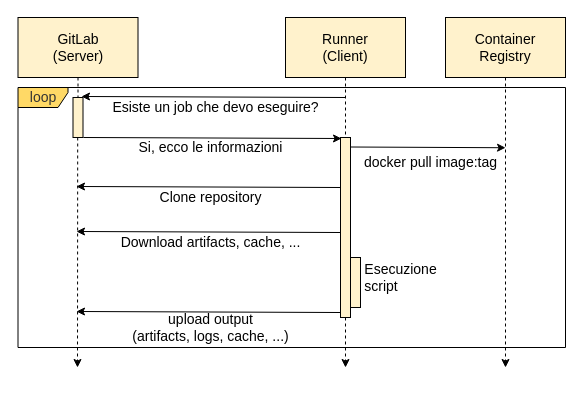
Earlier version of the draw.io diagram page "17-runner" (5 of 17) of tesi-2.drawio (paganellif/tesi-paganelli). Source tidied: cells renumbered, new cells numbered last; positions are measured from the earlier drawing's top-left corner, leaving out a move shared by most shapes. Both pictures are drawn from the tidied source at 100%, with x=0, y=0 at pixel (17, 17).
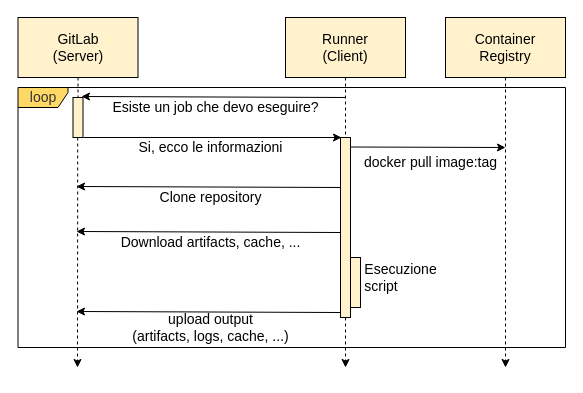
After the change.

The change refers to these unchanged cells:
```xml
<mxCell id="15" value="docker pull image:tag" style="text;html=1;align=center;verticalAlign=middle;points=[];strokeColor=none;fillColor=none;fontSize=14;" parent="1" vertex="1">
  <mxGeometry x="333" y="130" width="160" height="30" as="geometry" />
</mxCell>
```

Change to the diagram source:
```diff
@@
     <mxCell id="13" style="endArrow=none;html=1;rounded=0;strokeWidth=1;startArrow=classic;startFill=1;endFill=0;strokeColor=#000000;fontSize=14;" parent="1" edge="1">
       <mxGeometry relative="1" as="geometry">
-        <mxPoint x="324" y="121" as="sourcePoint" />
+        <mxPoint x="324" y="120" as="sourcePoint" />
         <mxPoint x="66" y="120" as="targetPoint" />
       </mxGeometry>
     </mxCell>
-    <mxCell id="14" style="endArrow=none;html=1;rounded=0;strokeWidth=1;startArrow=classic;startFill=1;endFill=0;fontSize=14;exitX=0.969;exitY=0.008;exitDx=0;exitDy=0;exitPerimeter=0;" parent="1" edge="1" source="15">
+    <mxCell id="14" style="endArrow=none;html=1;rounded=0;strokeWidth=1;startArrow=classic;startFill=1;endFill=0;fontSize=14;" parent="1" edge="1">
       <mxGeometry relative="1" as="geometry">
+        <mxPoint x="488" y="130" as="sourcePoint" />
         <mxPoint x="333" y="129.5" as="targetPoint" />
       </mxGeometry>
     </mxCell>
```
